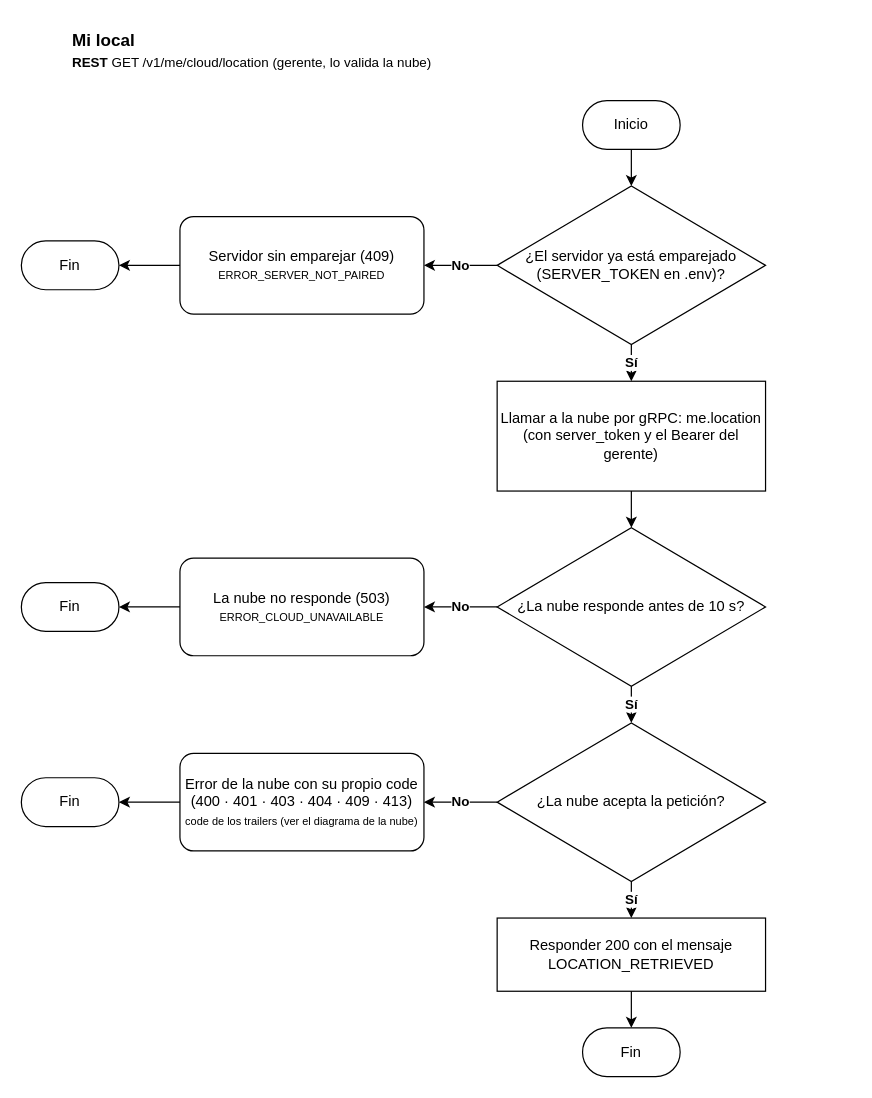
Earlier version of the draw.io diagram documents/diagrams/workflows/me/cloud/location.drawio (Andry510/miyabi-restaurant-server). Source tidied: cells renumbered, new cells numbered last; positions are measured from the earlier drawing's top-left corner, leaving out a move shared by most shapes. Both pictures are drawn from the tidied source at 122%, with x=0, y=0 at pixel (21, 21).
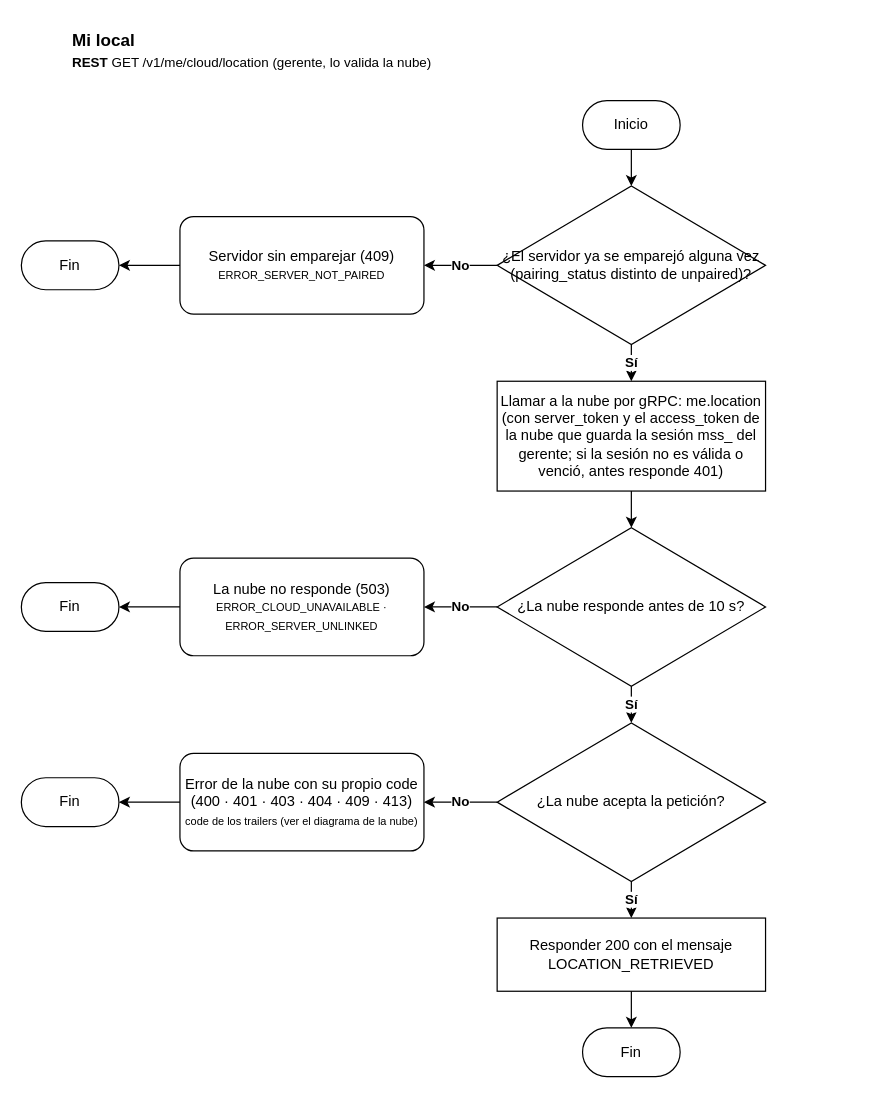
After the change.

Diff of the diagram source:
```diff
@@
-    <mxCell id="4" value="¿El servidor ya está emparejado (SERVER_TOKEN en .env)?" style="rhombus;whiteSpace=wrap;html=1;rounded=1;arcSize=0;" parent="1" vertex="1">
+    <mxCell id="4" value="¿El servidor ya se emparejó alguna vez (pairing_status distinto de unpaired)?" style="rhombus;whiteSpace=wrap;html=1;rounded=1;arcSize=0;" parent="1" vertex="1">
       <mxGeometry x="390" y="135" width="220" height="130" as="geometry" />
     </mxCell>
@@
-    <mxCell id="10" value="Llamar a la nube por gRPC: me.location (con server_token y el Bearer del gerente)" style="rounded=0;whiteSpace=wrap;html=1;" parent="1" vertex="1">
+    <mxCell id="10" value="Llamar a la nube por gRPC: me.location (con server_token y el access_token de la nube que guarda la sesión mss_ del gerente; si la sesión no es válida o venció, antes responde 401)" style="rounded=0;whiteSpace=wrap;html=1;" parent="1" vertex="1">
       <mxGeometry x="390" y="295" width="220" height="90" as="geometry" />
     </mxCell>
@@
-    <mxCell id="14" value="La nube no responde (503)&lt;br&gt;&lt;font style=&quot;font-size: 9px;&quot;&gt;ERROR_CLOUD_UNAVAILABLE&lt;/font&gt;" style="rounded=1;whiteSpace=wrap;html=1;arcSize=14;" parent="1" vertex="1">
+    <mxCell id="14" value="La nube no responde (503)&lt;br&gt;&lt;font style=&quot;font-size: 9px;&quot;&gt;ERROR_CLOUD_UNAVAILABLE · ERROR_SERVER_UNLINKED&lt;/font&gt;" style="rounded=1;whiteSpace=wrap;html=1;arcSize=14;" parent="1" vertex="1">
       <mxGeometry x="130" y="440" width="200" height="80" as="geometry" />
     </mxCell>
```
